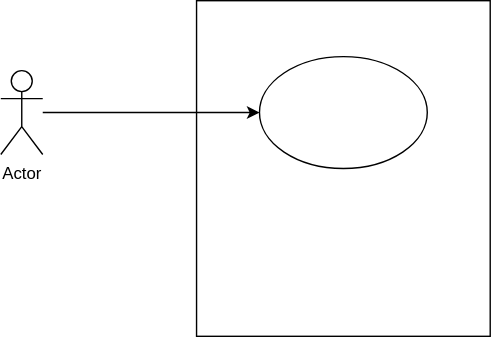
SethabaAT/test-use-cases-md keeps this draw.io diagram as usecase.drawio.svg. Above is the earlier version. Source tidied: cells renumbered, new cells last; positions are measured from the earlier drawing's top-left corner, leaving out a move shared by most shapes. Its diagram source:
```xml
<mxGraphModel>
  <root>
    <mxCell id="0" />
    <mxCell id="1" parent="0" />
    <mxCell id="2" style="rounded=0;whiteSpace=wrap;html=1;" parent="1" vertex="1">
      <mxGeometry x="140" width="210" height="240" as="geometry" />
    </mxCell>
    <mxCell id="3" style="edgeStyle=orthogonalEdgeStyle;rounded=0;jettySize=auto;html=1;" parent="1" edge="1" source="4" target="5">
      <mxGeometry relative="1" as="geometry" />
    </mxCell>
    <mxCell id="4" value="Actor" style="shape=umlActor;verticalLabelPosition=bottom;verticalAlign=top;html=1;outlineConnect=0;" parent="1" vertex="1">
      <mxGeometry y="50" width="30" height="60" as="geometry" />
    </mxCell>
    <mxCell id="5" style="ellipse;whiteSpace=wrap;html=1;" parent="1" vertex="1">
      <mxGeometry x="185" y="40" width="120" height="80" as="geometry" />
    </mxCell>
  </root>
</mxGraphModel>
```
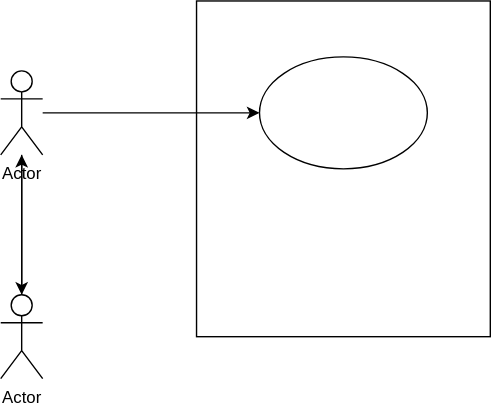
Above is the later version.

The edit, as a diff of the source:
```diff
@@ -8,11 +8,20 @@
     <mxCell id="3" style="edgeStyle=orthogonalEdgeStyle;rounded=0;jettySize=auto;html=1;" parent="1" edge="1" source="4" target="5">
       <mxGeometry relative="1" as="geometry" />
     </mxCell>
+    <mxCell id="6" style="edgeStyle=orthogonalEdgeStyle;rounded=0;jettySize=auto;html=1;" parent="1" edge="1" source="4" target="8">
+      <mxGeometry relative="1" as="geometry" />
+    </mxCell>
     <mxCell id="4" value="Actor" style="shape=umlActor;verticalLabelPosition=bottom;verticalAlign=top;html=1;outlineConnect=0;" parent="1" vertex="1">
       <mxGeometry y="50" width="30" height="60" as="geometry" />
     </mxCell>
     <mxCell id="5" style="ellipse;whiteSpace=wrap;html=1;" parent="1" vertex="1">
       <mxGeometry x="185" y="40" width="120" height="80" as="geometry" />
     </mxCell>
+    <mxCell id="7" style="edgeStyle=orthogonalEdgeStyle;rounded=0;jettySize=auto;html=1;" parent="1" edge="1" source="8" target="4">
+      <mxGeometry relative="1" as="geometry" />
+    </mxCell>
+    <mxCell id="8" value="Actor" style="shape=umlActor;verticalLabelPosition=bottom;verticalAlign=top;html=1;outlineConnect=0;" parent="1" vertex="1">
+      <mxGeometry y="210" width="30" height="60" as="geometry" />
+    </mxCell>
   </root>
 </mxGraphModel>
```
